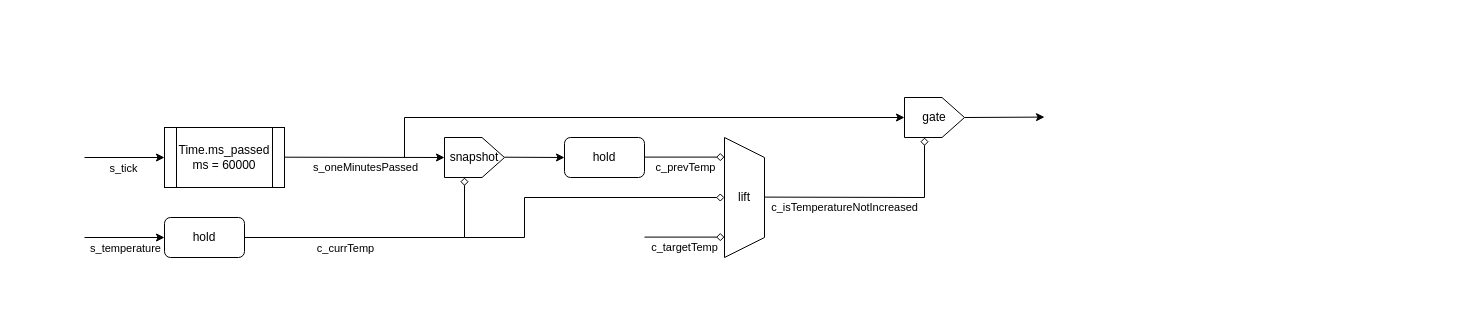
Before: images/error_temperature_not_increased.drawio in suzuki-taro-unofficial/frpot, a draw.io diagram. Source tidied: cells renumbered, new cells numbered last; positions are measured from the earlier drawing's top-left corner, leaving out a move shared by most shapes. Both pictures are drawn from the tidied source at 100%, with x=0, y=0 at pixel (84, 97).
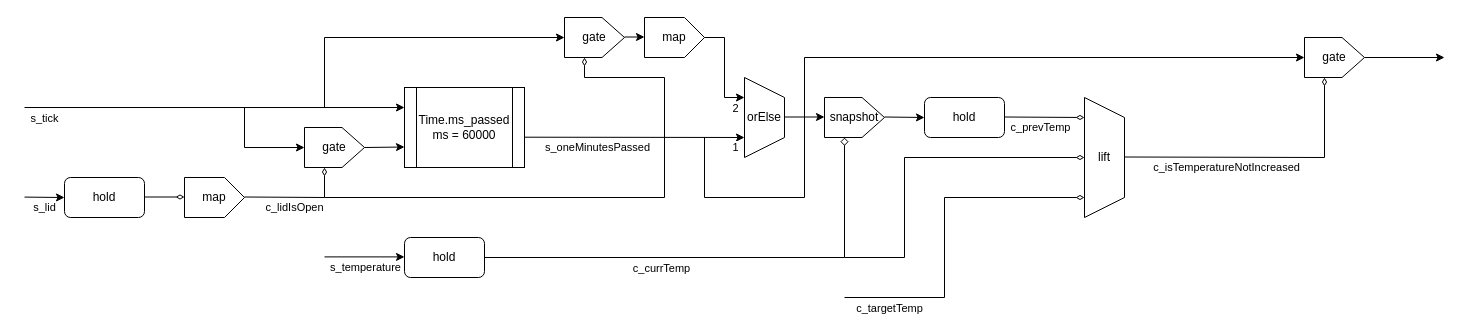
The same diagram, later.

The edit, as a diff of the source:
```diff
@@
     <mxCell id="2" style="endArrow=classic;html=1;rounded=0;" parent="1" edge="1">
       <mxGeometry relative="1" as="geometry">
-        <mxPoint y="60" as="sourcePoint" />
-        <mxPoint x="80" y="60" as="targetPoint" />
+        <mxPoint x="-60" y="10" as="sourcePoint" />
+        <mxPoint x="320" y="10" as="targetPoint" />
       </mxGeometry>
     </mxCell>
     <mxCell id="3" value="s_tick" style="edgeLabel;html=1;align=center;verticalAlign=middle;" parent="2" vertex="1">
       <mxGeometry x="-0.06" relative="1" as="geometry">
-        <mxPoint y="10" as="offset" />
+        <mxPoint x="-160" y="10" as="offset" />
       </mxGeometry>
     </mxCell>
     <mxCell id="4" style="endArrow=classic;html=1;rounded=0;" parent="1" edge="1">
       <mxGeometry relative="1" as="geometry">
-        <mxPoint y="140" as="sourcePoint" />
-        <mxPoint x="80" y="140" as="targetPoint" />
+        <mxPoint x="240" y="159.4" as="sourcePoint" />
+        <mxPoint x="320" y="159.4" as="targetPoint" />
       </mxGeometry>
     </mxCell>
@@
-    <mxCell id="6" style="endArrow=diamond;html=1;rounded=0;endFill=0;" parent="1" edge="1">
-      <mxGeometry relative="1" as="geometry">
-        <mxPoint x="560" y="139.6" as="sourcePoint" />
-        <mxPoint x="640" y="139.6" as="targetPoint" />
-      </mxGeometry>
-    </mxCell>
-    <mxCell id="7" value="c_targetTemp" style="edgeLabel;html=1;align=center;verticalAlign=middle;" parent="6" vertex="1">
-      <mxGeometry x="-0.02" y="2" relative="1" as="geometry">
-        <mxPoint y="12" as="offset" />
-      </mxGeometry>
-    </mxCell>
     <mxCell id="8" value="Time.ms_passed&lt;div&gt;ms = 60000&lt;/div&gt;" style="shape=process;whiteSpace=wrap;html=1;backgroundOutline=1;" parent="1" vertex="1">
-      <mxGeometry x="80" y="30" width="120" height="60" as="geometry" />
+      <mxGeometry x="320" y="-10" width="120" height="80" as="geometry" />
     </mxCell>
     <mxCell id="9" style="endArrow=classic;html=1;rounded=0;" parent="1" edge="1">
       <mxGeometry relative="1" as="geometry">
-        <mxPoint x="200" y="59.7" as="sourcePoint" />
-        <mxPoint x="360" y="60" as="targetPoint" />
+        <mxPoint x="440" y="39.7" as="sourcePoint" />
+        <mxPoint x="660" y="40" as="targetPoint" />
       </mxGeometry>
     </mxCell>
     <mxCell id="10" value="s_oneMinutesPassed" style="edgeLabel;html=1;align=center;verticalAlign=middle;" parent="9" vertex="1">
       <mxGeometry x="0.22" y="1" relative="1" as="geometry">
-        <mxPoint x="-18" y="11" as="offset" />
+        <mxPoint x="-62" y="11" as="offset" />
       </mxGeometry>
     </mxCell>
+    <mxCell id="26" value="1" style="edgeLabel;html=1;align=center;verticalAlign=middle;" parent="9" vertex="1">
+      <mxGeometry x="0.76" y="-3" relative="1" as="geometry">
+        <mxPoint x="17" y="7" as="offset" />
+      </mxGeometry>
+    </mxCell>
     <mxCell id="11" value="hold" style="rounded=1;whiteSpace=wrap;html=1;" parent="1" vertex="1">
-      <mxGeometry x="80" y="120" width="80" height="40" as="geometry" />
+      <mxGeometry x="320" y="140" width="80" height="40" as="geometry" />
     </mxCell>
     <mxCell id="12" style="endArrow=diamond;html=1;rounded=0;endFill=0;" parent="1" edge="1">
       <mxGeometry relative="1" as="geometry">
-        <mxPoint x="160" y="140" as="sourcePoint" />
-        <mxPoint x="380" y="80" as="targetPoint" />
+        <mxPoint x="400" y="160" as="sourcePoint" />
+        <mxPoint x="760" y="40" as="targetPoint" />
         <Array as="points">
-          <mxPoint x="380" y="140" />
+          <mxPoint x="760" y="160" />
         </Array>
       </mxGeometry>
     </mxCell>
@@
     <mxCell id="14" value="snapshot" style="shape=offPageConnector;whiteSpace=wrap;html=1;direction=north;" parent="1" vertex="1">
-      <mxGeometry x="360" y="40" width="60" height="40" as="geometry" />
+      <mxGeometry x="740" width="60" height="40" as="geometry" />
     </mxCell>
-    <mxCell id="15" style="endArrow=classic;html=1;rounded=0;" parent="1" edge="1">
-      <mxGeometry relative="1" as="geometry">
-        <mxPoint x="420" y="59.7" as="sourcePoint" />
-        <mxPoint x="480" y="60" as="targetPoint" />
-      </mxGeometry>
-    </mxCell>
-    <mxCell id="16" value="hold" style="rounded=1;whiteSpace=wrap;html=1;" parent="1" vertex="1">
-      <mxGeometry x="480" y="40" width="80" height="40" as="geometry" />
-    </mxCell>
-    <mxCell id="17" style="endArrow=diamond;html=1;rounded=0;endFill=0;" parent="1" edge="1">
-      <mxGeometry relative="1" as="geometry">
-        <mxPoint x="560" y="59.6" as="sourcePoint" />
-        <mxPoint x="640" y="59.6" as="targetPoint" />
-      </mxGeometry>
-    </mxCell>
+    <mxCell id="27" style="endArrow=classic;html=1;rounded=0;" parent="1" edge="1">
+      <mxGeometry relative="1" as="geometry">
+        <mxPoint x="-60" y="99.6" as="sourcePoint" />
+        <mxPoint x="-20" y="100" as="targetPoint" />
+      </mxGeometry>
+    </mxCell>
+    <mxCell id="28" value="s_lid" style="edgeLabel;html=1;align=center;verticalAlign=middle;" parent="27" vertex="1">
+      <mxGeometry x="-0.06" relative="1" as="geometry">
+        <mxPoint x="1" y="10" as="offset" />
+      </mxGeometry>
+    </mxCell>
+    <mxCell id="29" value="hold" style="rounded=1;whiteSpace=wrap;html=1;" parent="1" vertex="1">
+      <mxGeometry x="-20" y="80" width="80" height="40" as="geometry" />
+    </mxCell>
+    <mxCell id="30" value="map" style="shape=offPageConnector;whiteSpace=wrap;html=1;direction=north;size=0.3333333333333333;" parent="1" vertex="1">
+      <mxGeometry x="100" y="80" width="60" height="40" as="geometry" />
+    </mxCell>
+    <mxCell id="31" style="endArrow=diamondThin;html=1;rounded=0;endFill=0;" parent="1" edge="1">
+      <mxGeometry relative="1" as="geometry">
+        <mxPoint x="60" y="99.5" as="sourcePoint" />
+        <mxPoint x="100" y="99.5" as="targetPoint" />
+      </mxGeometry>
+    </mxCell>
+    <mxCell id="32" style="endArrow=diamondThin;html=1;rounded=0;endFill=0;" parent="1" edge="1">
+      <mxGeometry relative="1" as="geometry">
+        <mxPoint x="160" y="99.5" as="sourcePoint" />
+        <mxPoint x="240" y="70" as="targetPoint" />
+        <Array as="points">
+          <mxPoint x="240" y="100" />
+        </Array>
+      </mxGeometry>
+    </mxCell>
+    <mxCell id="33" value="c_lidIsOpen" style="edgeLabel;html=1;align=center;verticalAlign=middle;" parent="32" vertex="1">
+      <mxGeometry x="-0.36" y="-1" relative="1" as="geometry">
+        <mxPoint x="15" y="9" as="offset" />
+      </mxGeometry>
+    </mxCell>
+    <mxCell id="34" value="gate" style="shape=offPageConnector;whiteSpace=wrap;html=1;direction=north;" parent="1" vertex="1">
+      <mxGeometry x="220" y="30" width="60" height="40" as="geometry" />
+    </mxCell>
+    <mxCell id="35" style="endArrow=classic;html=1;rounded=0;" parent="1" edge="1">
+      <mxGeometry relative="1" as="geometry">
+        <mxPoint x="280" y="50" as="sourcePoint" />
+        <mxPoint x="320" y="49.5" as="targetPoint" />
+      </mxGeometry>
+    </mxCell>
+    <mxCell id="36" style="endArrow=classic;html=1;rounded=0;" parent="1" edge="1">
+      <mxGeometry relative="1" as="geometry">
+        <mxPoint x="160" y="10" as="sourcePoint" />
+        <mxPoint x="220" y="50" as="targetPoint" />
+        <Array as="points">
+          <mxPoint x="160" y="50" />
+        </Array>
+      </mxGeometry>
+    </mxCell>
+    <mxCell id="37" value="orElse" style="shape=trapezoid;perimeter=trapezoidPerimeter;whiteSpace=wrap;html=1;fixedSize=1;direction=south;" parent="1" vertex="1">
+      <mxGeometry x="660" y="-20" width="40" height="80" as="geometry" />
+    </mxCell>
+    <mxCell id="38" style="endArrow=classic;html=1;rounded=0;" parent="1" edge="1">
+      <mxGeometry relative="1" as="geometry">
+        <mxPoint x="240" y="10" as="sourcePoint" />
+        <mxPoint x="480" y="-60" as="targetPoint" />
+        <Array as="points">
+          <mxPoint x="240" y="-60" />
+        </Array>
+      </mxGeometry>
+    </mxCell>
+    <mxCell id="39" value="gate" style="shape=offPageConnector;whiteSpace=wrap;html=1;direction=north;" parent="1" vertex="1">
+      <mxGeometry x="480" y="-80" width="60" height="40" as="geometry" />
+    </mxCell>
+    <mxCell id="40" style="endArrow=diamondThin;html=1;rounded=0;endFill=0;" parent="1" edge="1">
+      <mxGeometry relative="1" as="geometry">
+        <mxPoint x="240" y="100" as="sourcePoint" />
+        <mxPoint x="500" y="-40" as="targetPoint" />
+        <Array as="points">
+          <mxPoint x="580" y="100" />
+          <mxPoint x="580" y="-20" />
+          <mxPoint x="500" y="-20" />
+        </Array>
+      </mxGeometry>
+    </mxCell>
+    <mxCell id="41" style="endArrow=classic;html=1;rounded=0;" parent="1" edge="1">
+      <mxGeometry relative="1" as="geometry">
+        <mxPoint x="620" y="-60" as="sourcePoint" />
+        <mxPoint x="660" as="targetPoint" />
+        <Array as="points">
+          <mxPoint x="640" y="-60" />
+          <mxPoint x="640" />
+        </Array>
+      </mxGeometry>
+    </mxCell>
+    <mxCell id="42" value="2" style="edgeLabel;html=1;align=center;verticalAlign=middle;" parent="41" vertex="1">
+      <mxGeometry x="0.89" y="-2" relative="1" as="geometry">
+        <mxPoint x="-5" y="8" as="offset" />
+      </mxGeometry>
+    </mxCell>
+    <mxCell id="43" value="map" style="shape=offPageConnector;whiteSpace=wrap;html=1;direction=north;size=0.3333333333333333;" parent="1" vertex="1">
+      <mxGeometry x="560" y="-80" width="60" height="40" as="geometry" />
+    </mxCell>
+    <mxCell id="44" style="endArrow=classic;html=1;rounded=0;" parent="1" edge="1">
+      <mxGeometry relative="1" as="geometry">
+        <mxPoint x="540" y="-60.5" as="sourcePoint" />
+        <mxPoint x="560" y="-60.5" as="targetPoint" />
+      </mxGeometry>
+    </mxCell>
+    <mxCell id="45" style="endArrow=classic;html=1;rounded=0;" parent="1" edge="1">
+      <mxGeometry relative="1" as="geometry">
+        <mxPoint x="700" y="19.5" as="sourcePoint" />
+        <mxPoint x="740" y="19.5" as="targetPoint" />
+      </mxGeometry>
+    </mxCell>
+    <mxCell id="20" value="lift" style="shape=trapezoid;perimeter=trapezoidPerimeter;whiteSpace=wrap;html=1;fixedSize=1;direction=south;" parent="1" vertex="1">
+      <mxGeometry x="1000" width="40" height="120" as="geometry" />
+    </mxCell>
+    <mxCell id="46" style="endArrow=diamondThin;html=1;rounded=0;endFill=0;" parent="1" edge="1">
+      <mxGeometry relative="1" as="geometry">
+        <mxPoint x="760" y="160" as="sourcePoint" />
+        <mxPoint x="1000" y="60" as="targetPoint" />
+        <Array as="points">
+          <mxPoint x="820" y="160" />
+          <mxPoint x="820" y="60" />
+        </Array>
+      </mxGeometry>
+    </mxCell>
+    <mxCell id="47" style="endArrow=classic;html=1;rounded=0;" parent="1" edge="1">
+      <mxGeometry relative="1" as="geometry">
+        <mxPoint x="800" y="19.5" as="sourcePoint" />
+        <mxPoint x="840" y="20" as="targetPoint" />
+      </mxGeometry>
+    </mxCell>
+    <mxCell id="48" value="hold" style="rounded=1;whiteSpace=wrap;html=1;" parent="1" vertex="1">
+      <mxGeometry x="840" width="80" height="40" as="geometry" />
+    </mxCell>
+    <mxCell id="49" style="endArrow=diamondThin;html=1;rounded=0;endFill=0;" parent="1" edge="1">
+      <mxGeometry relative="1" as="geometry">
+        <mxPoint x="920" y="19.5" as="sourcePoint" />
+        <mxPoint x="1000" y="20" as="targetPoint" />
+      </mxGeometry>
+    </mxCell>
-    <mxCell id="18" value="c_prevTemp" style="edgeLabel;html=1;align=center;verticalAlign=middle;" parent="17" vertex="1">
-      <mxGeometry x="-0.12" y="-2" relative="1" as="geometry">
-        <mxPoint x="5" y="8" as="offset" />
+    <mxCell id="18" value="c_prevTemp" style="edgeLabel;html=1;align=center;verticalAlign=middle;" parent="49" vertex="1">
+      <mxGeometry x="-0.1" y="-1" relative="1" as="geometry">
+        <mxPoint y="9" as="offset" />
       </mxGeometry>
     </mxCell>
-    <mxCell id="19" style="endArrow=diamond;html=1;rounded=0;endFill=0;" parent="1" edge="1">
-      <mxGeometry relative="1" as="geometry">
-        <mxPoint x="380" y="140" as="sourcePoint" />
-        <mxPoint x="640" y="100" as="targetPoint" />
-        <Array as="points">
-          <mxPoint x="440" y="140" />
-          <mxPoint x="440" y="100" />
-        </Array>
-      </mxGeometry>
-    </mxCell>
-    <mxCell id="20" value="lift" style="shape=trapezoid;perimeter=trapezoidPerimeter;whiteSpace=wrap;html=1;fixedSize=1;direction=south;" parent="1" vertex="1">
-      <mxGeometry x="640" y="40" width="40" height="120" as="geometry" />
-    </mxCell>
-    <mxCell id="21" style="endArrow=diamond;html=1;rounded=0;endFill=0;" parent="1" edge="1">
-      <mxGeometry relative="1" as="geometry">
-        <mxPoint x="680" y="99.6" as="sourcePoint" />
-        <mxPoint x="840" y="40" as="targetPoint" />
-        <Array as="points">
-          <mxPoint x="840" y="100" />
-        </Array>
-      </mxGeometry>
-    </mxCell>
+    <mxCell id="50" style="endArrow=diamondThin;html=1;rounded=0;endFill=0;" parent="1" edge="1">
+      <mxGeometry relative="1" as="geometry">
+        <mxPoint x="760" y="200" as="sourcePoint" />
+        <mxPoint x="1000" y="100" as="targetPoint" />
+        <Array as="points">
+          <mxPoint x="860" y="200" />
+          <mxPoint x="860" y="100" />
+        </Array>
+      </mxGeometry>
+    </mxCell>
+    <mxCell id="7" value="c_targetTemp" style="edgeLabel;html=1;align=center;verticalAlign=middle;" parent="50" vertex="1">
+      <mxGeometry x="-0.82" y="-2" relative="1" as="geometry">
+        <mxPoint x="13" y="8" as="offset" />
+      </mxGeometry>
+    </mxCell>
+    <mxCell id="51" style="endArrow=classic;html=1;rounded=0;" parent="1" edge="1">
+      <mxGeometry relative="1" as="geometry">
+        <mxPoint x="620" y="40" as="sourcePoint" />
+        <mxPoint x="1220" y="-40" as="targetPoint" />
+        <Array as="points">
+          <mxPoint x="620" y="100" />
+          <mxPoint x="720" y="100" />
+          <mxPoint x="720" y="-40" />
+        </Array>
+      </mxGeometry>
+    </mxCell>
+    <mxCell id="52" style="endArrow=diamondThin;html=1;rounded=0;endFill=0;" parent="1" edge="1">
+      <mxGeometry relative="1" as="geometry">
+        <mxPoint x="1040" y="59.5" as="sourcePoint" />
+        <mxPoint x="1240" y="-20" as="targetPoint" />
+        <Array as="points">
+          <mxPoint x="1240" y="60" />
+        </Array>
+      </mxGeometry>
+    </mxCell>
-    <mxCell id="22" value="c_isTemperatureNotIncreased" style="edgeLabel;html=1;align=center;verticalAlign=middle;" parent="21" vertex="1">
-      <mxGeometry x="-0.07" y="-4" relative="1" as="geometry">
-        <mxPoint x="-22" y="6" as="offset" />
+    <mxCell id="22" value="c_isTemperatureNotIncreased" style="edgeLabel;html=1;align=center;verticalAlign=middle;" parent="52" vertex="1">
+      <mxGeometry x="-0.69" y="-3" relative="1" as="geometry">
+        <mxPoint x="59" y="7" as="offset" />
       </mxGeometry>
     </mxCell>
-    <mxCell id="23" style="endArrow=classic;html=1;rounded=0;" parent="1" edge="1">
-      <mxGeometry relative="1" as="geometry">
-        <mxPoint x="320" y="60" as="sourcePoint" />
-        <mxPoint x="820" y="20" as="targetPoint" />
-        <Array as="points">
-          <mxPoint x="320" y="20" />
-        </Array>
-      </mxGeometry>
-    </mxCell>
-    <mxCell id="24" value="gate" style="shape=offPageConnector;whiteSpace=wrap;html=1;direction=north;" parent="1" vertex="1">
-      <mxGeometry x="820" width="60" height="40" as="geometry" />
-    </mxCell>
-    <mxCell id="25" style="endArrow=classic;html=1;rounded=0;" parent="1" edge="1">
-      <mxGeometry relative="1" as="geometry">
-        <mxPoint x="880" y="20" as="sourcePoint" />
-        <mxPoint x="960" y="19.6" as="targetPoint" />
-      </mxGeometry>
-    </mxCell>
+    <mxCell id="53" value="gate" style="shape=offPageConnector;whiteSpace=wrap;html=1;direction=north;" parent="1" vertex="1">
+      <mxGeometry x="1220" y="-60" width="60" height="40" as="geometry" />
+    </mxCell>
+    <mxCell id="54" style="endArrow=classic;html=1;rounded=0;" parent="1" edge="1">
+      <mxGeometry relative="1" as="geometry">
+        <mxPoint x="1280" y="-40" as="sourcePoint" />
+        <mxPoint x="1360" y="-40" as="targetPoint" />
+      </mxGeometry>
+    </mxCell>
```
